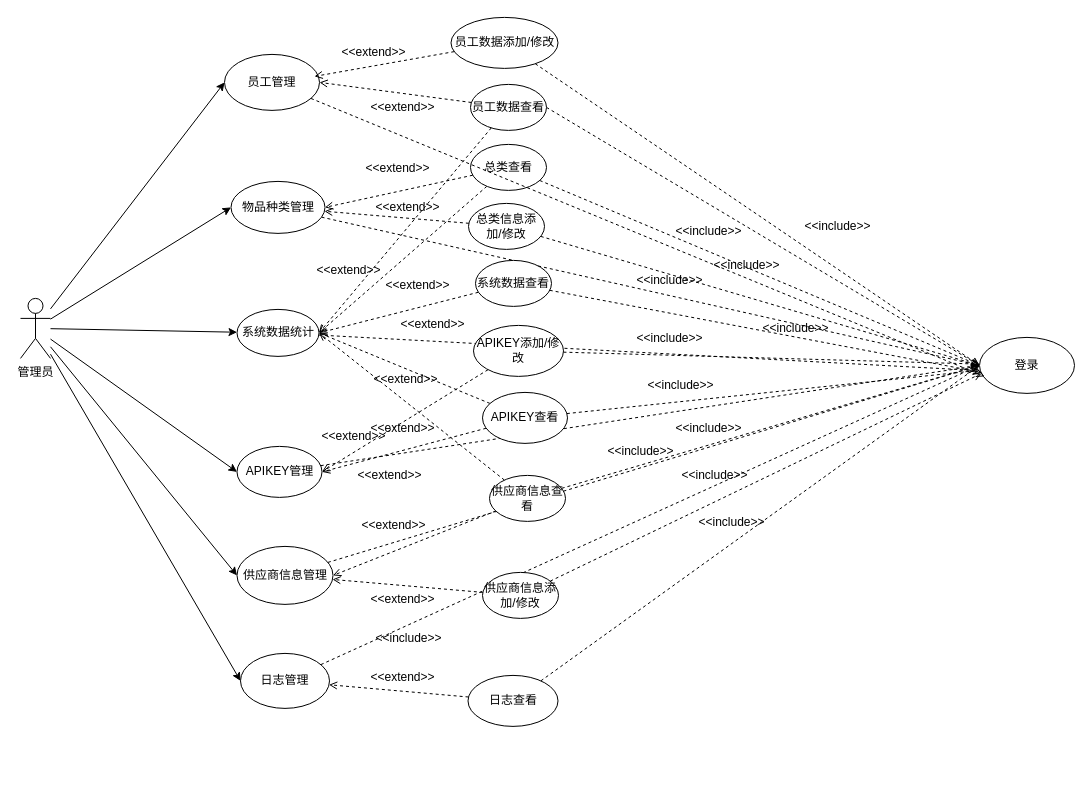
This is save/管理员用例图.drawio from kehaha-5/drawio, a draw.io file, before an edit. Source tidied: cells renumbered, new cells numbered last; positions are measured from the earlier drawing's top-left corner, leaving out a move shared by most shapes. Both pictures are drawn from the tidied source at 100%, with x=0, y=0 at pixel (20, 17).
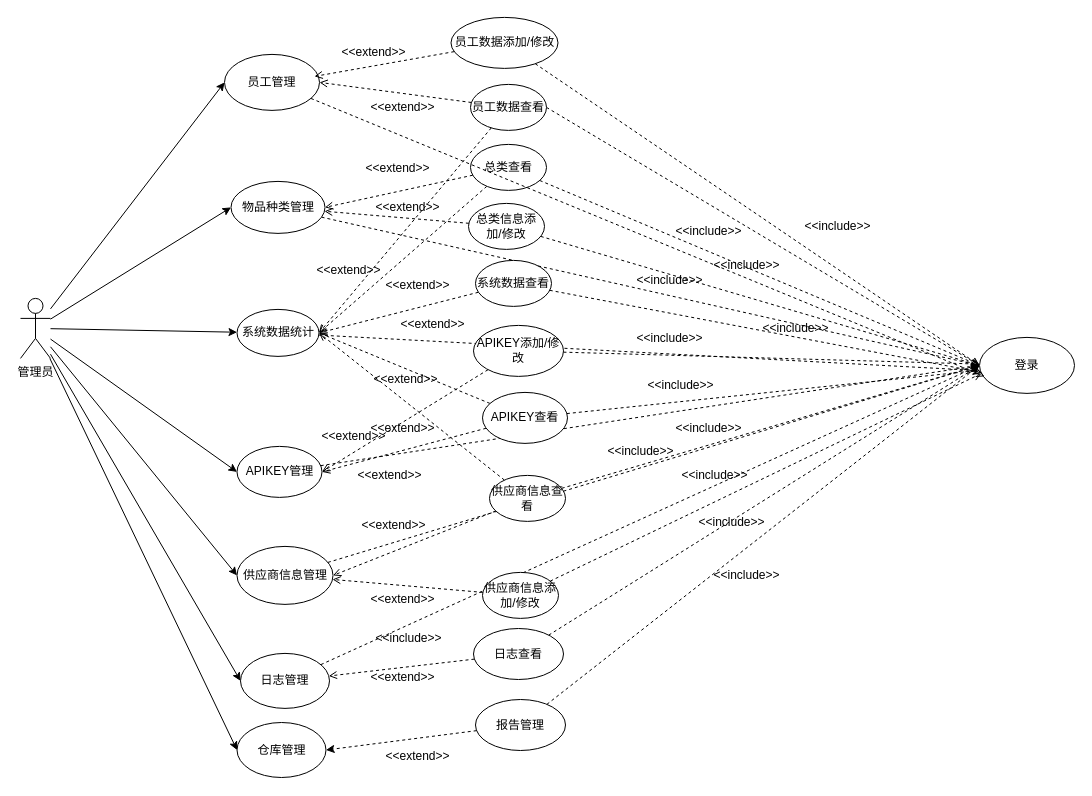
After the change.

Commit message:
更新管理员用例图.drawio

Unchanged cells that the change refers to:
```xml
<mxCell id="8" value="管理员" style="shape=umlActor;verticalLabelPosition=bottom;verticalAlign=top;html=1;outlineConnect=0;" parent="1" vertex="1">
  <mxGeometry y="280.9" width="30" height="60" as="geometry" />
</mxCell>
<mxCell id="66" value="登录" style="ellipse;whiteSpace=wrap;html=1;" parent="1" vertex="1">
  <mxGeometry x="959" y="319.9" width="95" height="56" as="geometry" />
</mxCell>
```

The edit, as a diff of the source:
```diff
@@
+    <mxCell id="82" style="rounded=0;jettySize=auto;html=1;entryX=0;entryY=0.5;entryDx=0;entryDy=0;" parent="1" edge="1" source="8" target="86">
+      <mxGeometry relative="1" as="geometry" />
+    </mxCell>
@@
     <mxCell id="48" value="日志查看" style="ellipse;whiteSpace=wrap;html=1;" parent="1" vertex="1">
-      <mxGeometry x="447.5" y="657.9" width="90" height="51" as="geometry" />
+      <mxGeometry x="453" y="611" width="90" height="51" as="geometry" />
     </mxCell>
@@
+    <mxCell id="83" style="rounded=0;jettySize=auto;html=1;entryX=1;entryY=0.5;entryDx=0;entryDy=0;dashed=1;" parent="1" edge="1" source="85" target="86">
+      <mxGeometry relative="1" as="geometry" />
+    </mxCell>
+    <mxCell id="84" style="rounded=0;jettySize=auto;html=1;entryX=0;entryY=0.5;entryDx=0;entryDy=0;dashed=1;" parent="1" edge="1" source="85" target="66">
+      <mxGeometry relative="1" as="geometry" />
+    </mxCell>
+    <mxCell id="85" value="报告管理" style="ellipse;whiteSpace=wrap;html=1;" parent="1" vertex="1">
+      <mxGeometry x="455" y="682" width="90" height="51" as="geometry" />
+    </mxCell>
+    <mxCell id="86" value="仓库管理" style="ellipse;whiteSpace=wrap;html=1;" parent="1" vertex="1">
+      <mxGeometry x="216.5" y="705" width="89" height="55" as="geometry" />
+    </mxCell>
+    <mxCell id="87" value="&amp;lt;&amp;lt;extend&amp;gt;&amp;gt;" style="text;html=1;align=center;verticalAlign=middle;strokeColor=none;fillColor=none;" parent="1" vertex="1">
+      <mxGeometry x="356" y="726" width="82" height="26" as="geometry" />
+    </mxCell>
+    <mxCell id="88" value="&amp;lt;&amp;lt;include&amp;gt;&amp;gt;" style="text;html=1;align=center;verticalAlign=middle;strokeColor=none;fillColor=none;" parent="1" vertex="1">
+      <mxGeometry x="684" y="544.9" width="84" height="26" as="geometry" />
+    </mxCell>
```
